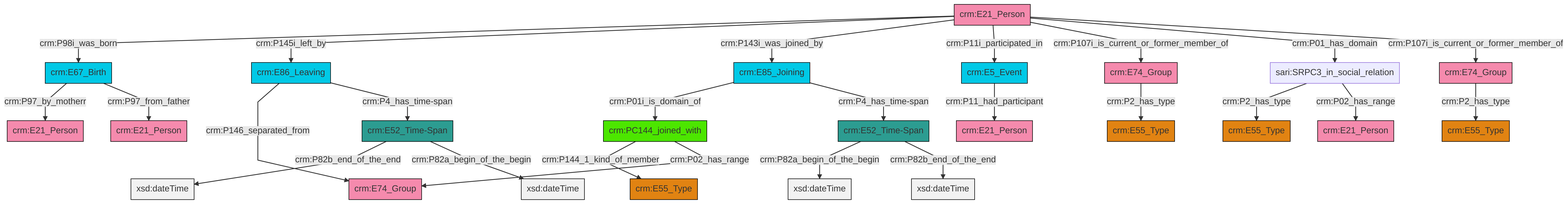
The Mermaid diagram et/personCSV/ttl/mmd/png/Person_Actor_Relations.png in swiss-art-research-net/reference-data-models, before a commit. Its source is kept beside it as et/personCSV/ttl/mmd/Person_Actor_Relations.ttl.mmd.
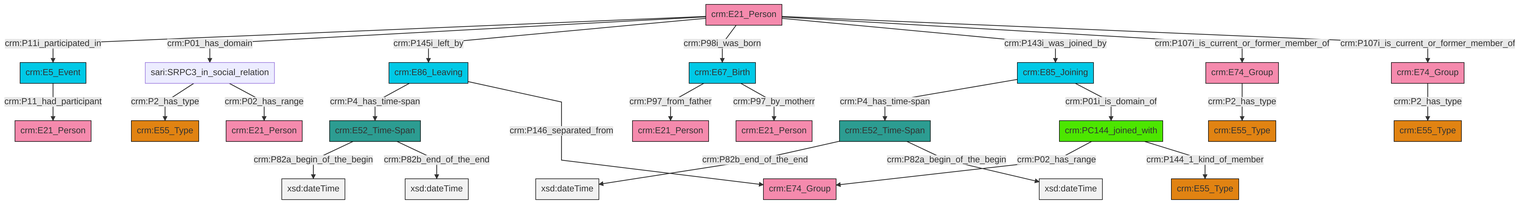
The same diagram one commit later.

Change to the diagram source:
```diff
@@ -13,27 +13,27 @@
 classDef PC_Classes fill:#4ce600, stroke:#000000;
 classDef Multi fill:#cccccc,stroke:#000000;
 
-0["crm:E52_Time-Span"]:::Time-Span -->|crm:P82a_begin_of_the_begin| 1[xsd:dateTime]:::Literal
-4["crm:E21_Person"]:::Actor -->|crm:P98i_was_born| 5["crm:E67_Birth"]:::Temporal_Entity
-4["crm:E21_Person"]:::Actor -->|crm:P145i_left_by| 8["crm:E86_Leaving"]:::Temporal_Entity
-8["crm:E86_Leaving"]:::Temporal_Entity -->|crm:P146_separated_from| 9["crm:E74_Group"]:::Actor
-4["crm:E21_Person"]:::Actor -->|crm:P143i_was_joined_by| 2["crm:E85_Joining"]:::Temporal_Entity
-11["crm:PC144_joined_with"]:::PC_Classes -->|crm:P144_1_kind_of_member| 12["crm:E55_Type"]:::Type
-11["crm:PC144_joined_with"]:::PC_Classes -->|crm:P02_has_range| 9["crm:E74_Group"]:::Actor
-4["crm:E21_Person"]:::Actor -->|crm:P11i_participated_in| 13["crm:E5_Event"]:::Temporal_Entity
-15["crm:E74_Group"]:::Actor -->|crm:P2_has_type| 16["crm:E55_Type"]:::Type
-6["sari:SRPC3_in_social_relation"]:::Default -->|crm:P2_has_type| 27["crm:E55_Type"]:::Type
-4["crm:E21_Person"]:::Actor -->|crm:P107i_is_current_or_former_member_of| 15["crm:E74_Group"]:::Actor
-18["crm:E52_Time-Span"]:::Time-Span -->|crm:P82b_end_of_the_end| 28[xsd:dateTime]:::Literal
-4["crm:E21_Person"]:::Actor -->|crm:P01_has_domain| 6["sari:SRPC3_in_social_relation"]:::Default
-6["sari:SRPC3_in_social_relation"]:::Default -->|crm:P02_has_range| 24["crm:E21_Person"]:::Actor
-2["crm:E85_Joining"]:::Temporal_Entity -->|crm:P01i_is_domain_of| 11["crm:PC144_joined_with"]:::PC_Classes
-13["crm:E5_Event"]:::Temporal_Entity -->|crm:P11_had_participant| 36["crm:E21_Person"]:::Actor
-5["crm:E67_Birth"]:::Temporal_Entity -->|crm:P97_by_motherr| 33["crm:E21_Person"]:::Actor
-5["crm:E67_Birth"]:::Temporal_Entity -->|crm:P97_from_father| 30["crm:E21_Person"]:::Actor
-38["crm:E74_Group"]:::Actor -->|crm:P2_has_type| 22["crm:E55_Type"]:::Type
-8["crm:E86_Leaving"]:::Temporal_Entity -->|crm:P4_has_time-span| 18["crm:E52_Time-Span"]:::Time-Span
-18["crm:E52_Time-Span"]:::Time-Span -->|crm:P82a_begin_of_the_begin| 44[xsd:dateTime]:::Literal
-2["crm:E85_Joining"]:::Temporal_Entity -->|crm:P4_has_time-span| 0["crm:E52_Time-Span"]:::Time-Span
-4["crm:E21_Person"]:::Actor -->|crm:P107i_is_current_or_former_member_of| 38["crm:E74_Group"]:::Actor
-0["crm:E52_Time-Span"]:::Time-Span -->|crm:P82b_end_of_the_end| 46[xsd:dateTime]:::Literal
+0["crm:E21_Person"]:::Actor -->|crm:P11i_participated_in| 1["crm:E5_Event"]:::Temporal_Entity
+2["crm:E86_Leaving"]:::Temporal_Entity -->|crm:P4_has_time-span| 3["crm:E52_Time-Span"]:::Time-Span
+4["crm:E52_Time-Span"]:::Time-Span -->|crm:P82b_end_of_the_end| 5[xsd:dateTime]:::Literal
+0["crm:E21_Person"]:::Actor -->|crm:P01_has_domain| 7["sari:SRPC3_in_social_relation"]:::Default
+2["crm:E86_Leaving"]:::Temporal_Entity -->|crm:P146_separated_from| 9["crm:E74_Group"]:::Actor
+0["crm:E21_Person"]:::Actor -->|crm:P145i_left_by| 2["crm:E86_Leaving"]:::Temporal_Entity
+10["crm:E67_Birth"]:::Temporal_Entity -->|crm:P97_from_father| 11["crm:E21_Person"]:::Actor
+0["crm:E21_Person"]:::Actor -->|crm:P98i_was_born| 10["crm:E67_Birth"]:::Temporal_Entity
+7["sari:SRPC3_in_social_relation"]:::Default -->|crm:P2_has_type| 17["crm:E55_Type"]:::Type
+18["crm:E74_Group"]:::Actor -->|crm:P2_has_type| 19["crm:E55_Type"]:::Type
+3["crm:E52_Time-Span"]:::Time-Span -->|crm:P82a_begin_of_the_begin| 25[xsd:dateTime]:::Literal
+10["crm:E67_Birth"]:::Temporal_Entity -->|crm:P97_by_motherr| 14["crm:E21_Person"]:::Actor
+26["crm:E85_Joining"]:::Temporal_Entity -->|crm:P4_has_time-span| 4["crm:E52_Time-Span"]:::Time-Span
+27["crm:E74_Group"]:::Actor -->|crm:P2_has_type| 28["crm:E55_Type"]:::Type
+1["crm:E5_Event"]:::Temporal_Entity -->|crm:P11_had_participant| 29["crm:E21_Person"]:::Actor
+32["crm:PC144_joined_with"]:::PC_Classes -->|crm:P02_has_range| 9["crm:E74_Group"]:::Actor
+4["crm:E52_Time-Span"]:::Time-Span -->|crm:P82a_begin_of_the_begin| 34[xsd:dateTime]:::Literal
+0["crm:E21_Person"]:::Actor -->|crm:P143i_was_joined_by| 26["crm:E85_Joining"]:::Temporal_Entity
+3["crm:E52_Time-Span"]:::Time-Span -->|crm:P82b_end_of_the_end| 37[xsd:dateTime]:::Literal
+32["crm:PC144_joined_with"]:::PC_Classes -->|crm:P144_1_kind_of_member| 12["crm:E55_Type"]:::Type
+0["crm:E21_Person"]:::Actor -->|crm:P107i_is_current_or_former_member_of| 18["crm:E74_Group"]:::Actor
+0["crm:E21_Person"]:::Actor -->|crm:P107i_is_current_or_former_member_of| 27["crm:E74_Group"]:::Actor
+26["crm:E85_Joining"]:::Temporal_Entity -->|crm:P01i_is_domain_of| 32["crm:PC144_joined_with"]:::PC_Classes
+7["sari:SRPC3_in_social_relation"]:::Default -->|crm:P02_has_range| 43["crm:E21_Person"]:::Actor
```
